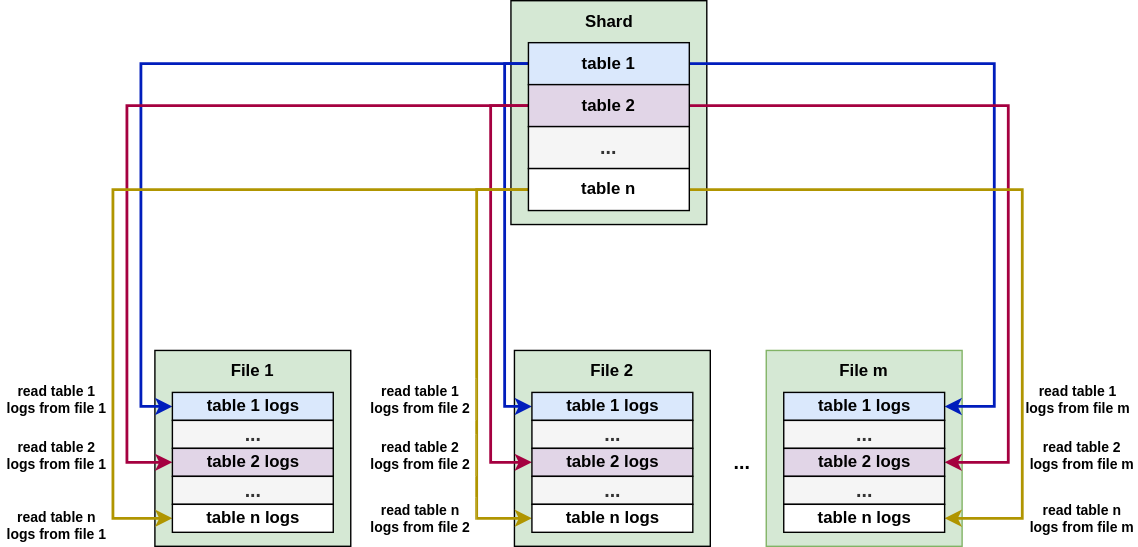
This is rockswal.drawio.svg from Rachelint/drawio-store, a draw.io export, as it was before one commit. Source tidied: cells renumbered, new cells last; positions are measured from the earlier drawing's top-left corner, leaving out a move shared by most shapes.
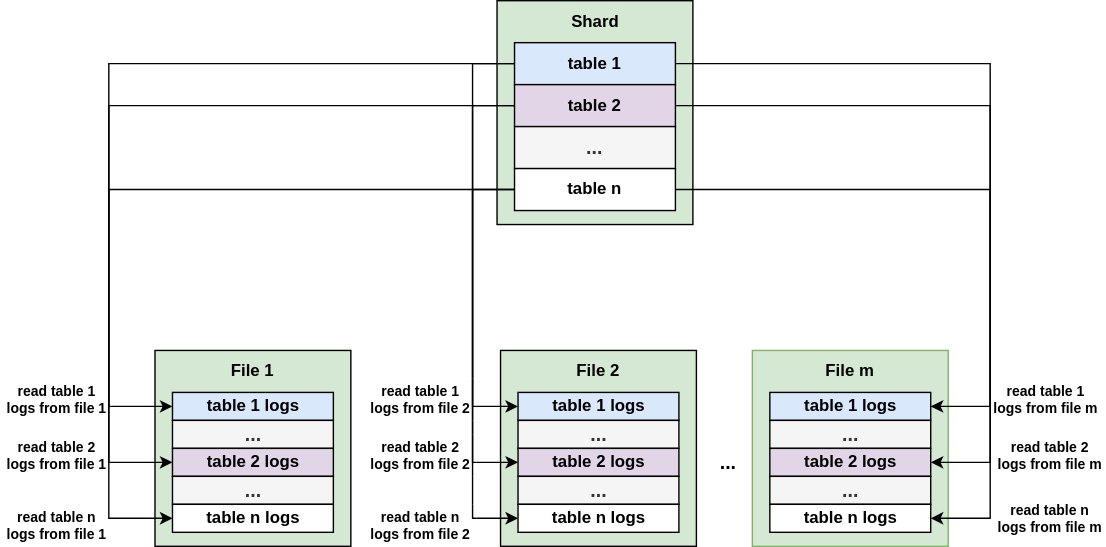
The same diagram one commit later.

Change to the diagram source:
```diff
@@ -9,59 +9,59 @@
       <mxGeometry x="367" y="250" width="140" height="140" as="geometry" />
     </mxCell>
     <mxCell id="4" style="rounded=0;whiteSpace=wrap;html=1;fillColor=#d5e8d4;strokeColor=#000000;fontStyle=1;" parent="1" vertex="1">
-      <mxGeometry x="110" y="250" width="140" height="140" as="geometry" />
+      <mxGeometry x="120" y="250" width="140" height="140" as="geometry" />
     </mxCell>
     <mxCell id="5" style="rounded=0;whiteSpace=wrap;html=1;fillColor=#d5e8d4;strokeColor=#000000;fontStyle=1;" parent="1" vertex="1">
       <mxGeometry x="364.5" width="140" height="160" as="geometry" />
     </mxCell>
-    <mxCell id="6" style="edgeStyle=orthogonalEdgeStyle;rounded=0;jettySize=auto;html=1;exitX=0;exitY=0.5;exitDx=0;exitDy=0;entryX=0;entryY=0.5;entryDx=0;entryDy=0;fontStyle=1;fillColor=#0050ef;strokeColor=#001DBC;strokeWidth=2;" parent="1" edge="1" source="9" target="20">
+    <mxCell id="6" style="edgeStyle=orthogonalEdgeStyle;rounded=0;jettySize=auto;html=1;exitX=0;exitY=0.5;exitDx=0;exitDy=0;entryX=0;entryY=0.5;entryDx=0;entryDy=0;fontStyle=1;" parent="1" edge="1" source="9" target="20">
       <mxGeometry relative="1" as="geometry">
         <Array as="points">
-          <mxPoint x="100" y="45" />
-          <mxPoint x="100" y="290" />
+          <mxPoint x="87" y="45" />
+          <mxPoint x="87" y="290" />
         </Array>
       </mxGeometry>
     </mxCell>
-    <mxCell id="7" style="edgeStyle=orthogonalEdgeStyle;rounded=0;jettySize=auto;html=1;exitX=0;exitY=0.5;exitDx=0;exitDy=0;entryX=0;entryY=0.5;entryDx=0;entryDy=0;fontStyle=1;fillColor=#0050ef;strokeColor=#001DBC;strokeWidth=2;" parent="1" edge="1" source="9" target="25">
+    <mxCell id="7" style="edgeStyle=orthogonalEdgeStyle;rounded=0;jettySize=auto;html=1;exitX=0;exitY=0.5;exitDx=0;exitDy=0;entryX=0;entryY=0.5;entryDx=0;entryDy=0;fontStyle=1;" parent="1" edge="1" source="9" target="25">
       <mxGeometry relative="1" as="geometry">
         <Array as="points">
-          <mxPoint x="360" y="45" />
-          <mxPoint x="360" y="290" />
+          <mxPoint x="347" y="45" />
+          <mxPoint x="347" y="290" />
         </Array>
       </mxGeometry>
     </mxCell>
-    <mxCell id="8" style="edgeStyle=orthogonalEdgeStyle;rounded=0;jettySize=auto;html=1;exitX=1;exitY=0.5;exitDx=0;exitDy=0;entryX=1;entryY=0.5;entryDx=0;entryDy=0;fontStyle=1;fillColor=#0050ef;strokeColor=#001DBC;strokeWidth=2;" parent="1" edge="1" source="9" target="30">
+    <mxCell id="8" style="edgeStyle=orthogonalEdgeStyle;rounded=0;jettySize=auto;html=1;exitX=1;exitY=0.5;exitDx=0;exitDy=0;entryX=1;entryY=0.5;entryDx=0;entryDy=0;fontStyle=1;" parent="1" edge="1" source="9" target="30">
       <mxGeometry relative="1" as="geometry">
         <Array as="points">
-          <mxPoint x="710" y="45" />
-          <mxPoint x="710" y="290" />
+          <mxPoint x="717" y="45" />
+          <mxPoint x="717" y="290" />
         </Array>
       </mxGeometry>
     </mxCell>
     <mxCell id="9" value="table 1" style="rounded=0;whiteSpace=wrap;html=1;fillColor=#dae8fc;strokeColor=#000000;fontStyle=1;" parent="1" vertex="1">
       <mxGeometry x="377" y="30" width="115" height="30" as="geometry" />
     </mxCell>
-    <mxCell id="10" style="edgeStyle=orthogonalEdgeStyle;rounded=0;jettySize=auto;html=1;exitX=0;exitY=0.5;exitDx=0;exitDy=0;entryX=0;entryY=0.5;entryDx=0;entryDy=0;fontStyle=1;fillColor=#d80073;strokeColor=#A50040;strokeWidth=2;" parent="1" edge="1" source="13" target="27">
+    <mxCell id="10" style="edgeStyle=orthogonalEdgeStyle;rounded=0;jettySize=auto;html=1;exitX=0;exitY=0.5;exitDx=0;exitDy=0;entryX=0;entryY=0.5;entryDx=0;entryDy=0;fontStyle=1;" parent="1" edge="1" source="13" target="27">
       <mxGeometry relative="1" as="geometry">
         <Array as="points">
-          <mxPoint x="350" y="75" />
-          <mxPoint x="350" y="330" />
+          <mxPoint x="347" y="75" />
+          <mxPoint x="347" y="330" />
         </Array>
       </mxGeometry>
     </mxCell>
-    <mxCell id="11" style="edgeStyle=orthogonalEdgeStyle;rounded=0;jettySize=auto;html=1;exitX=0;exitY=0.5;exitDx=0;exitDy=0;entryX=0;entryY=0.5;entryDx=0;entryDy=0;fontStyle=1;fillColor=#d80073;strokeColor=#A50040;strokeWidth=2;" parent="1" edge="1" source="13" target="22">
+    <mxCell id="11" style="edgeStyle=orthogonalEdgeStyle;rounded=0;jettySize=auto;html=1;exitX=0;exitY=0.5;exitDx=0;exitDy=0;entryX=0;entryY=0.5;entryDx=0;entryDy=0;fontStyle=1;" parent="1" edge="1" source="13" target="22">
       <mxGeometry relative="1" as="geometry">
         <Array as="points">
-          <mxPoint x="90" y="75" />
-          <mxPoint x="90" y="330" />
+          <mxPoint x="87" y="75" />
+          <mxPoint x="87" y="330" />
         </Array>
       </mxGeometry>
     </mxCell>
-    <mxCell id="12" style="edgeStyle=orthogonalEdgeStyle;rounded=0;jettySize=auto;html=1;exitX=1;exitY=0.5;exitDx=0;exitDy=0;entryX=1;entryY=0.5;entryDx=0;entryDy=0;fontStyle=1;fillColor=#d80073;strokeColor=#A50040;strokeWidth=2;" parent="1" edge="1" source="13" target="32">
+    <mxCell id="12" style="edgeStyle=orthogonalEdgeStyle;rounded=0;jettySize=auto;html=1;exitX=1;exitY=0.5;exitDx=0;exitDy=0;entryX=1;entryY=0.5;entryDx=0;entryDy=0;fontStyle=1;" parent="1" edge="1" source="13" target="32">
       <mxGeometry relative="1" as="geometry">
         <Array as="points">
-          <mxPoint x="720" y="75" />
-          <mxPoint x="720" y="330" />
+          <mxPoint x="717" y="75" />
+          <mxPoint x="717" y="330" />
         </Array>
       </mxGeometry>
     </mxCell>
@@ -71,27 +71,27 @@
     <mxCell id="14" value="&lt;font style=&quot;font-size: 14px;&quot;&gt;&lt;span&gt;...&lt;/span&gt;&lt;/font&gt;" style="rounded=0;whiteSpace=wrap;html=1;fillColor=#f5f5f5;strokeColor=#000000;fontColor=#333333;fontStyle=1;" parent="1" vertex="1">
       <mxGeometry x="377" y="90" width="115" height="30" as="geometry" />
     </mxCell>
-    <mxCell id="15" style="edgeStyle=orthogonalEdgeStyle;rounded=0;jettySize=auto;html=1;exitX=1;exitY=0.5;exitDx=0;exitDy=0;entryX=1;entryY=0.5;entryDx=0;entryDy=0;fontStyle=1;fillColor=#e3c800;strokeColor=#B09500;strokeWidth=2;" parent="1" edge="1" source="18" target="34">
+    <mxCell id="15" style="edgeStyle=orthogonalEdgeStyle;rounded=0;jettySize=auto;html=1;exitX=1;exitY=0.5;exitDx=0;exitDy=0;entryX=1;entryY=0.5;entryDx=0;entryDy=0;fontStyle=1;" parent="1" edge="1" source="18" target="34">
       <mxGeometry relative="1" as="geometry">
         <Array as="points">
-          <mxPoint x="730" y="135" />
-          <mxPoint x="730" y="370" />
+          <mxPoint x="717" y="135" />
+          <mxPoint x="717" y="370" />
         </Array>
       </mxGeometry>
     </mxCell>
-    <mxCell id="16" style="edgeStyle=orthogonalEdgeStyle;rounded=0;jettySize=auto;html=1;exitX=0;exitY=0.5;exitDx=0;exitDy=0;entryX=0;entryY=0.5;entryDx=0;entryDy=0;fontStyle=1;fillColor=#e3c800;strokeColor=#B09500;strokeWidth=2;" parent="1" edge="1" source="18" target="29">
+    <mxCell id="16" style="edgeStyle=orthogonalEdgeStyle;rounded=0;jettySize=auto;html=1;exitX=0;exitY=0.5;exitDx=0;exitDy=0;entryX=0;entryY=0.5;entryDx=0;entryDy=0;fontStyle=1;" parent="1" edge="1" source="18" target="29">
       <mxGeometry relative="1" as="geometry">
         <Array as="points">
-          <mxPoint x="340" y="135" />
-          <mxPoint x="340" y="370" />
+          <mxPoint x="347" y="135" />
+          <mxPoint x="347" y="370" />
         </Array>
       </mxGeometry>
     </mxCell>
-    <mxCell id="17" style="edgeStyle=orthogonalEdgeStyle;rounded=0;jettySize=auto;html=1;exitX=0;exitY=0.5;exitDx=0;exitDy=0;entryX=0;entryY=0.5;entryDx=0;entryDy=0;fontStyle=1;fillColor=#e3c800;strokeColor=#B09500;strokeWidth=2;" parent="1" edge="1" source="18" target="24">
+    <mxCell id="17" style="edgeStyle=orthogonalEdgeStyle;rounded=0;jettySize=auto;html=1;exitX=0;exitY=0.5;exitDx=0;exitDy=0;entryX=0;entryY=0.5;entryDx=0;entryDy=0;fontStyle=1;" parent="1" edge="1" source="18" target="24">
       <mxGeometry relative="1" as="geometry">
         <Array as="points">
-          <mxPoint x="80" y="135" />
-          <mxPoint x="80" y="370" />
+          <mxPoint x="87" y="135" />
+          <mxPoint x="87" y="370" />
         </Array>
       </mxGeometry>
     </mxCell>
@@ -102,19 +102,19 @@
       <mxGeometry x="405" width="60" height="30" as="geometry" />
     </mxCell>
     <mxCell id="20" value="table 1 logs" style="rounded=0;whiteSpace=wrap;html=1;fillColor=#dae8fc;strokeColor=#000000;fontStyle=1;" parent="1" vertex="1">
-      <mxGeometry x="122.5" y="280" width="115" height="20" as="geometry" />
+      <mxGeometry x="132.5" y="280" width="115" height="20" as="geometry" />
     </mxCell>
     <mxCell id="21" value="&lt;font style=&quot;font-size: 14px;&quot;&gt;&lt;span&gt;...&lt;/span&gt;&lt;/font&gt;" style="rounded=0;whiteSpace=wrap;html=1;fillColor=#f5f5f5;strokeColor=#000000;fontColor=#333333;fontStyle=1;" parent="1" vertex="1">
-      <mxGeometry x="122.5" y="300" width="115" height="20" as="geometry" />
+      <mxGeometry x="132.5" y="300" width="115" height="20" as="geometry" />
     </mxCell>
     <mxCell id="22" value="table 2 logs" style="rounded=0;whiteSpace=wrap;html=1;fillColor=#e1d5e7;strokeColor=#000000;fontStyle=1;" parent="1" vertex="1">
-      <mxGeometry x="122.5" y="320" width="115" height="20" as="geometry" />
+      <mxGeometry x="132.5" y="320" width="115" height="20" as="geometry" />
     </mxCell>
     <mxCell id="23" value="&lt;font style=&quot;font-size: 14px;&quot;&gt;&lt;span&gt;...&lt;/span&gt;&lt;/font&gt;" style="rounded=0;whiteSpace=wrap;html=1;fillColor=#f5f5f5;strokeColor=#000000;fontColor=#333333;fontStyle=1;" parent="1" vertex="1">
-      <mxGeometry x="122.5" y="340" width="115" height="20" as="geometry" />
+      <mxGeometry x="132.5" y="340" width="115" height="20" as="geometry" />
     </mxCell>
     <mxCell id="24" value="table n logs" style="rounded=0;whiteSpace=wrap;html=1;fontStyle=1;strokeColor=#000000;" parent="1" vertex="1">
-      <mxGeometry x="122.5" y="360" width="115" height="20" as="geometry" />
+      <mxGeometry x="132.5" y="360" width="115" height="20" as="geometry" />
     </mxCell>
     <mxCell id="25" value="table 1 logs" style="rounded=0;whiteSpace=wrap;html=1;fillColor=#dae8fc;strokeColor=#000000;fontStyle=1;" parent="1" vertex="1">
       <mxGeometry x="379.5" y="280" width="115" height="20" as="geometry" />
@@ -150,7 +150,7 @@
       <mxGeometry x="499.5" y="315" width="60" height="30" as="geometry" />
     </mxCell>
     <mxCell id="36" value="File 1" style="text;html=1;strokeColor=none;fillColor=none;align=center;verticalAlign=middle;whiteSpace=wrap;rounded=0;fontStyle=1;" parent="1" vertex="1">
-      <mxGeometry x="150" y="250" width="60" height="30" as="geometry" />
+      <mxGeometry x="160" y="250" width="60" height="30" as="geometry" />
     </mxCell>
     <mxCell id="37" value="File 2" style="text;html=1;strokeColor=none;fillColor=none;align=center;verticalAlign=middle;whiteSpace=wrap;rounded=0;fontStyle=1;" parent="1" vertex="1">
       <mxGeometry x="407" y="250" width="60" height="30" as="geometry" />
@@ -159,31 +159,31 @@
       <mxGeometry x="587" y="250" width="60" height="30" as="geometry" />
     </mxCell>
     <mxCell id="39" value="read table 1 logs from file 1" style="text;html=1;strokeColor=none;fillColor=none;align=center;verticalAlign=middle;whiteSpace=wrap;rounded=0;strokeWidth=0;fontSize=10;fontStyle=1;" parent="1" vertex="1">
-      <mxGeometry y="270" width="80" height="30" as="geometry" />
+      <mxGeometry x="10" y="270" width="80" height="30" as="geometry" />
     </mxCell>
     <mxCell id="40" value="read table 2 logs from file 1" style="text;html=1;strokeColor=none;fillColor=none;align=center;verticalAlign=middle;whiteSpace=wrap;rounded=0;strokeWidth=0;fontSize=10;fontStyle=1;" parent="1" vertex="1">
-      <mxGeometry y="310" width="80" height="30" as="geometry" />
+      <mxGeometry x="10" y="310" width="80" height="30" as="geometry" />
     </mxCell>
     <mxCell id="41" value="read table n logs from file 1" style="text;html=1;strokeColor=none;fillColor=none;align=center;verticalAlign=middle;whiteSpace=wrap;rounded=0;strokeWidth=0;fontSize=10;fontStyle=1;" parent="1" vertex="1">
-      <mxGeometry y="360" width="80" height="30" as="geometry" />
+      <mxGeometry x="10" y="360" width="80" height="30" as="geometry" />
     </mxCell>
     <mxCell id="42" value="read table 1 logs from file 2" style="text;html=1;strokeColor=#FFFFFF;fillColor=none;align=center;verticalAlign=middle;whiteSpace=wrap;rounded=0;strokeWidth=0;fontSize=10;fontStyle=1;" parent="1" vertex="1">
-      <mxGeometry x="260" y="270" width="80" height="30" as="geometry" />
+      <mxGeometry x="270" y="270" width="80" height="30" as="geometry" />
     </mxCell>
     <mxCell id="43" value="read table 2 logs from file 2" style="text;html=1;strokeColor=#FFFFFF;fillColor=none;align=center;verticalAlign=middle;whiteSpace=wrap;rounded=0;strokeWidth=0;fontSize=10;fontStyle=1;" parent="1" vertex="1">
-      <mxGeometry x="260" y="310" width="80" height="30" as="geometry" />
+      <mxGeometry x="270" y="310" width="80" height="30" as="geometry" />
     </mxCell>
     <mxCell id="44" value="read table n logs from file 2" style="text;html=1;strokeColor=#FFFFFF;fillColor=none;align=center;verticalAlign=middle;whiteSpace=wrap;rounded=0;strokeWidth=0;fontSize=10;fontStyle=1;" parent="1" vertex="1">
-      <mxGeometry x="260" y="355" width="80" height="30" as="geometry" />
+      <mxGeometry x="270" y="360" width="80" height="30" as="geometry" />
     </mxCell>
     <mxCell id="45" value="read table 1 logs from file m" style="text;html=1;strokeColor=none;fillColor=none;align=center;verticalAlign=middle;whiteSpace=wrap;rounded=0;strokeWidth=0;fontSize=10;fontStyle=1;" parent="1" vertex="1">
-      <mxGeometry x="730" y="270" width="80" height="30" as="geometry" />
+      <mxGeometry x="717" y="270" width="80" height="30" as="geometry" />
     </mxCell>
     <mxCell id="46" value="read table 2 logs from file m" style="text;html=1;strokeColor=none;fillColor=none;align=center;verticalAlign=middle;whiteSpace=wrap;rounded=0;strokeWidth=0;fontSize=10;fontStyle=1;" parent="1" vertex="1">
-      <mxGeometry x="733" y="310" width="80" height="30" as="geometry" />
+      <mxGeometry x="720" y="310" width="80" height="30" as="geometry" />
     </mxCell>
     <mxCell id="47" value="read table n logs from file m" style="text;html=1;strokeColor=none;fillColor=none;align=center;verticalAlign=middle;whiteSpace=wrap;rounded=0;strokeWidth=0;fontSize=10;fontStyle=1;" parent="1" vertex="1">
-      <mxGeometry x="733" y="355" width="80" height="30" as="geometry" />
+      <mxGeometry x="720" y="355" width="80" height="30" as="geometry" />
     </mxCell>
   </root>
 </mxGraphModel>
```
